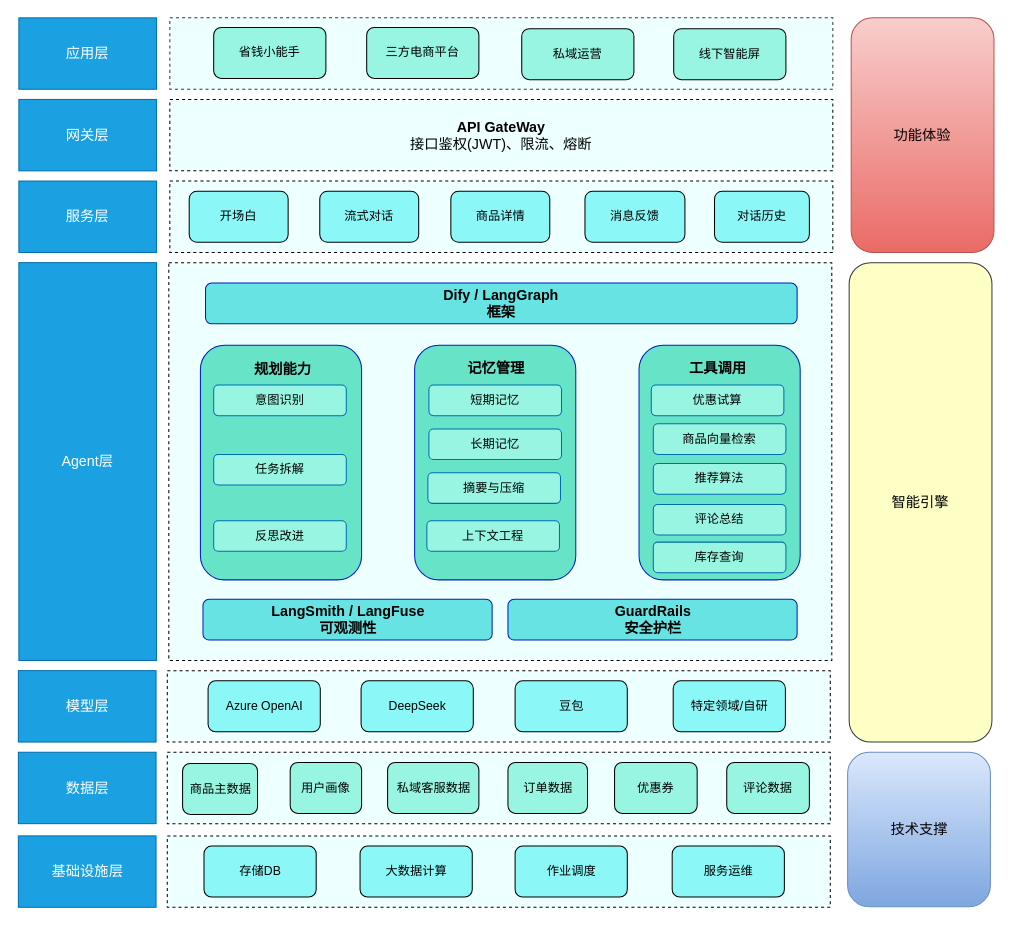
This is engineering/架构设计/省钱小能手-智能导购架构设计图.drawio from Wanke15/wanke15.github.io, a draw.io file, before an edit. Source tidied: cells renumbered, new cells numbered last; positions are measured from the earlier drawing's top-left corner, leaving out a move shared by most shapes. Both pictures are drawn from the tidied source at 102%, with x=0, y=0 at pixel (18, 17).
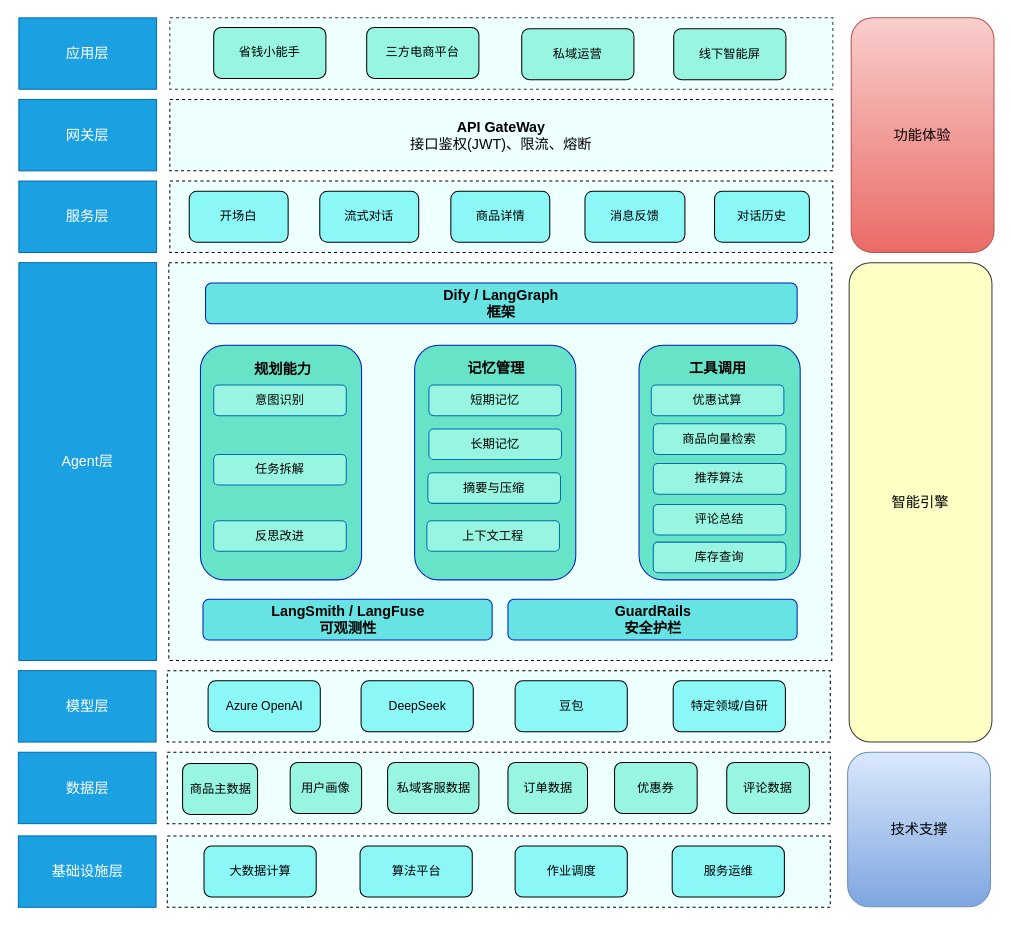
After the change.

Commit message:
更新省钱小能手-智能导购架构设计图.drawio

Diff of the diagram source:
```diff
@@
-    <mxCell id="13" value="大数据计算" style="rounded=1;whiteSpace=wrap;html=1;fillColor=#8BF7F7;" parent="1" vertex="1">
+    <mxCell id="13" value="算法平台" style="rounded=1;whiteSpace=wrap;html=1;fillColor=#8BF7F7;" parent="1" vertex="1">
       <mxGeometry x="334.5" y="812" width="110" height="50" as="geometry" />
     </mxCell>
@@
-    <mxCell id="51" value="存储DB" style="rounded=1;whiteSpace=wrap;html=1;fillColor=#8BF7F7;" parent="1" vertex="1">
+    <mxCell id="51" value="大数据计算" style="rounded=1;whiteSpace=wrap;html=1;fillColor=#8BF7F7;" parent="1" vertex="1">
       <mxGeometry x="181.5" y="812" width="110" height="50" as="geometry" />
     </mxCell>
```
